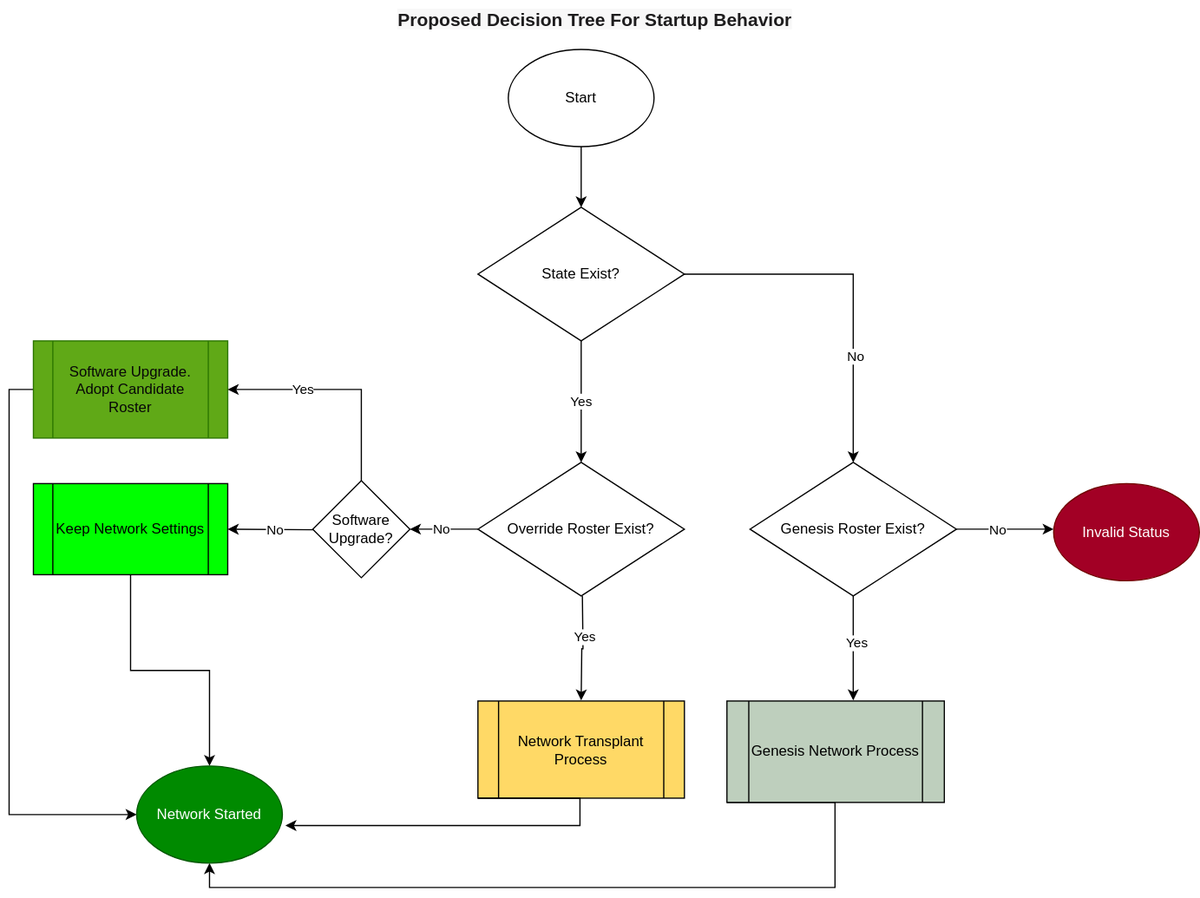
Earlier version of the draw.io export platform-sdk/docs/proposals/001-tss-rosters-design-proposal/TSS Roster Lifecycle-Proposed Startup Behavior.drawio.svg (hashgraph/hedera-services). Source tidied: cells renumbered, new cells last; positions are measured from the earlier drawing's top-left corner, leaving out a move shared by most shapes.
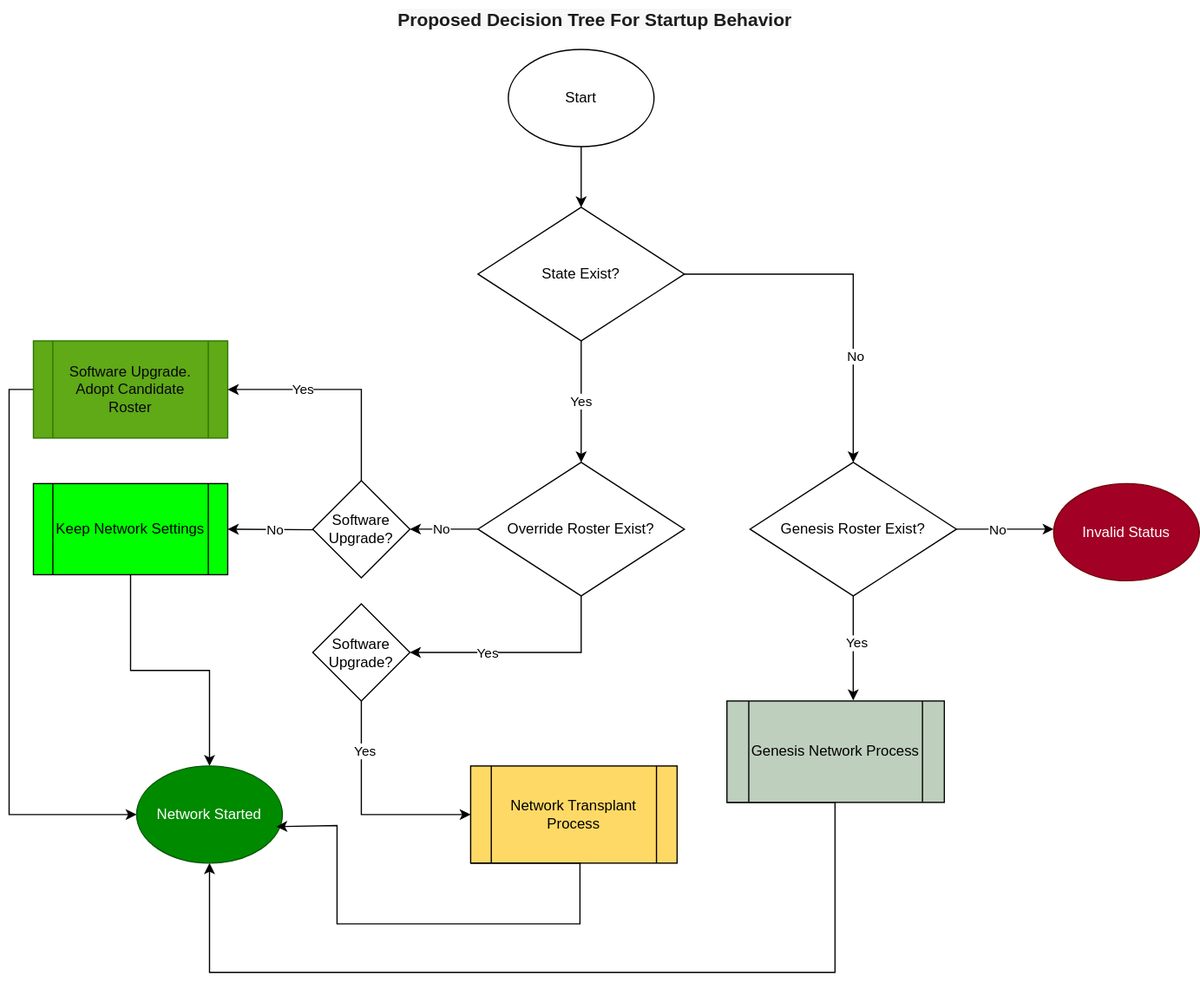
Above is the later version.

Commit message:
post-eip-196/7 comments.

Change to the diagram source:
```diff
@@ -2,15 +2,6 @@
   <root>
     <mxCell id="0" />
     <mxCell id="1" parent="0" />
-    <mxCell id="2" style="edgeStyle=orthogonalEdgeStyle;rounded=0;orthogonalLoop=1;jettySize=auto;html=1;exitX=0.5;exitY=1;exitDx=0;exitDy=0;" parent="1" edge="1">
-      <mxGeometry relative="1" as="geometry">
-        <mxPoint x="472" y="490" as="sourcePoint" />
-        <mxPoint x="471" y="576" as="targetPoint" />
-      </mxGeometry>
-    </mxCell>
-    <mxCell id="3" value="Yes" style="edgeLabel;html=1;align=center;verticalAlign=middle;" parent="2" vertex="1">
-      <mxGeometry x="-0.22" y="1" relative="1" as="geometry" />
-    </mxCell>
     <mxCell id="4" style="edgeStyle=orthogonalEdgeStyle;rounded=0;jettySize=auto;html=1;exitX=0;exitY=0.5;exitDx=0;exitDy=0;entryX=1;entryY=0.5;entryDx=0;entryDy=0;" parent="1" edge="1" target="15">
       <mxGeometry relative="1" as="geometry">
         <mxPoint x="330" y="435" as="sourcePoint" />
@@ -21,6 +12,14 @@
         <mxPoint x="-32" as="offset" />
       </mxGeometry>
     </mxCell>
+    <mxCell id="34" style="edgeStyle=orthogonalEdgeStyle;rounded=0;jettySize=auto;html=1;exitX=0.5;exitY=1;exitDx=0;exitDy=0;entryX=1;entryY=0.5;entryDx=0;entryDy=0;" parent="1" edge="1" source="6" target="38">
+      <mxGeometry relative="1" as="geometry" />
+    </mxCell>
+    <mxCell id="35" value="Yes" style="edgeLabel;html=1;align=center;verticalAlign=middle;" parent="34" vertex="1">
+      <mxGeometry x="0.33" relative="1" as="geometry">
+        <mxPoint x="1" as="offset" />
+      </mxGeometry>
+    </mxCell>
     <mxCell id="6" value="Override Roster Exist?" style="rhombus;whiteSpace=wrap;html=1;" parent="1" vertex="1">
       <mxGeometry x="386" y="380" width="170" height="110" as="geometry" />
     </mxCell>
@@ -40,8 +39,8 @@
       <mxGeometry relative="1" as="geometry">
         <Array as="points">
           <mxPoint x="680" y="660" />
-          <mxPoint x="680" y="730" />
-          <mxPoint x="165" y="730" />
+          <mxPoint x="680" y="800" />
+          <mxPoint x="165" y="800" />
         </Array>
       </mxGeometry>
     </mxCell>
@@ -49,7 +48,7 @@
       <mxGeometry x="591" y="576.5" width="179" height="83.5" as="geometry" />
     </mxCell>
     <mxCell id="13" value="Network Transplant Process" style="shape=process;whiteSpace=wrap;html=1;backgroundOutline=1;fillColor=#FFD966;" parent="1" vertex="1">
-      <mxGeometry x="386" y="576.5" width="170" height="80" as="geometry" />
+      <mxGeometry x="380" y="630" width="170" height="80" as="geometry" />
     </mxCell>
     <mxCell id="14" style="edgeStyle=orthogonalEdgeStyle;rounded=0;jettySize=auto;html=1;exitX=0.5;exitY=1;exitDx=0;exitDy=0;" parent="1" edge="1" source="15" target="32">
       <mxGeometry relative="1" as="geometry" />
@@ -117,13 +116,27 @@
     <mxCell id="32" value="Network Started" style="ellipse;whiteSpace=wrap;html=1;fillColor=#008a00;fontColor=#ffffff;strokeColor=#005700;" parent="1" vertex="1">
       <mxGeometry x="105" y="630" width="120" height="80" as="geometry" />
     </mxCell>
-    <mxCell id="33" style="edgeStyle=orthogonalEdgeStyle;rounded=0;jettySize=auto;html=1;exitX=0;exitY=1;exitDx=0;exitDy=0;entryX=1.021;entryY=0.613;entryDx=0;entryDy=0;entryPerimeter=0;" parent="1" edge="1" source="13" target="32">
+    <mxCell id="33" style="edgeStyle=orthogonalEdgeStyle;rounded=0;jettySize=auto;html=1;exitX=0;exitY=1;exitDx=0;exitDy=0;" parent="1" edge="1" source="13">
       <mxGeometry relative="1" as="geometry">
+        <mxPoint x="220" y="680" as="targetPoint" />
         <Array as="points">
-          <mxPoint x="470" y="657" />
-          <mxPoint x="470" y="679" />
+          <mxPoint x="470" y="710" />
+          <mxPoint x="470" y="760" />
+          <mxPoint x="270" y="760" />
+          <mxPoint x="270" y="679" />
         </Array>
       </mxGeometry>
     </mxCell>
+    <mxCell id="36" style="edgeStyle=orthogonalEdgeStyle;rounded=0;jettySize=auto;html=1;exitX=0.5;exitY=1;exitDx=0;exitDy=0;entryX=0;entryY=0.5;entryDx=0;entryDy=0;" parent="1" edge="1" source="38" target="13">
+      <mxGeometry relative="1" as="geometry" />
+    </mxCell>
+    <mxCell id="37" value="Yes" style="edgeLabel;html=1;align=center;verticalAlign=middle;" parent="36" vertex="1">
+      <mxGeometry x="-0.56" y="2" relative="1" as="geometry">
+        <mxPoint y="1" as="offset" />
+      </mxGeometry>
+    </mxCell>
+    <mxCell id="38" value="Software Upgrade?" style="rhombus;whiteSpace=wrap;html=1;" parent="1" vertex="1">
+      <mxGeometry x="250" y="496.5" width="80" height="80" as="geometry" />
+    </mxCell>
   </root>
 </mxGraphModel>
```
